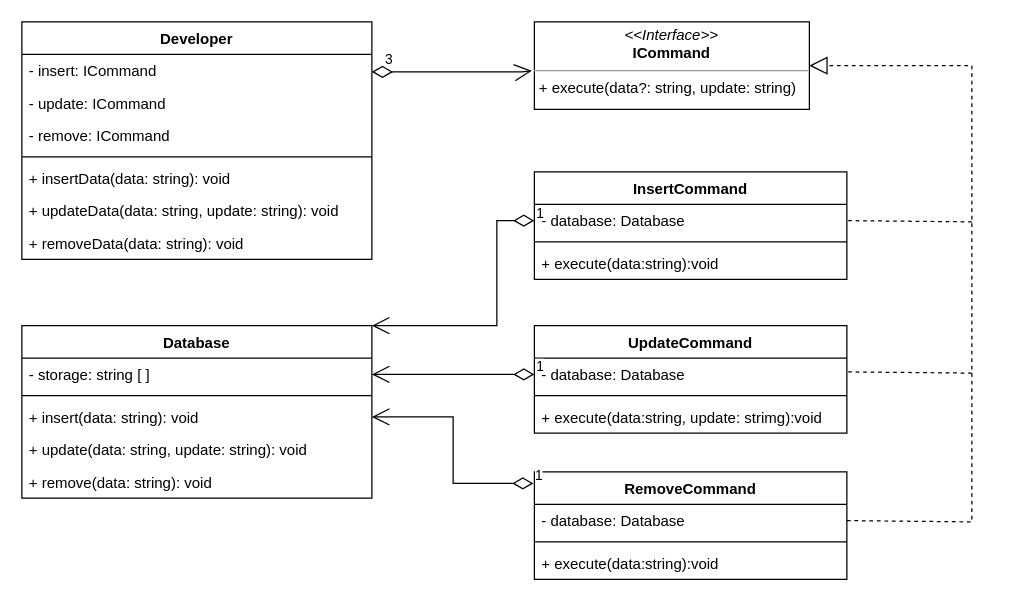
Above: PATTERNS/Behavioral/2-Command/src/Command.drawio in MTONSEG/ts-learn (draw.io), before the change. Source tidied: cells renumbered, new cells numbered last; positions are measured from the earlier drawing's top-left corner, leaving out a move shared by most shapes. Both pictures are drawn from the tidied source at 125%, with x=0, y=0 at pixel (21, 21).
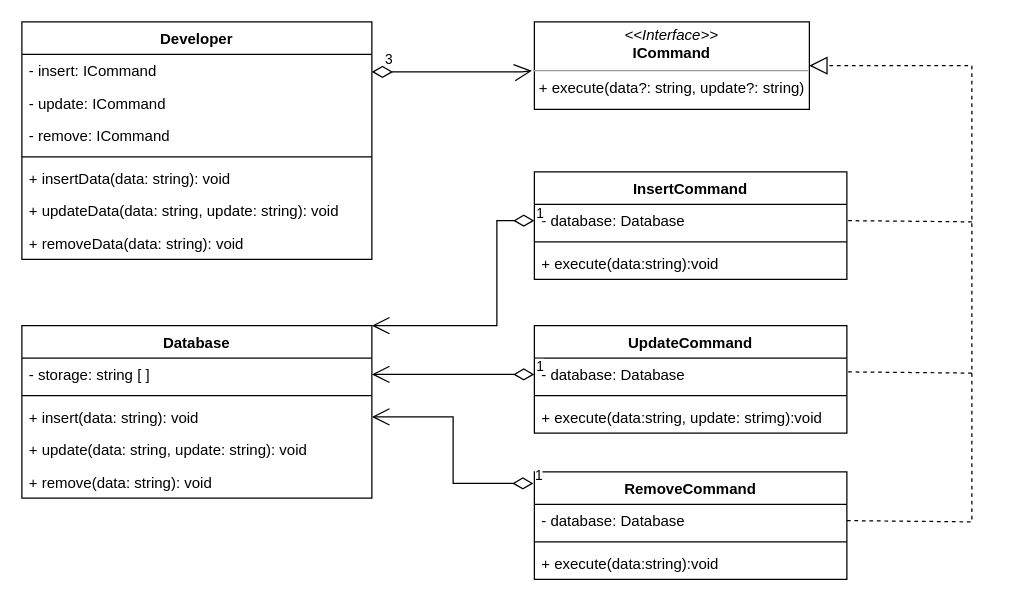
After the change.

Diff of the diagram source:
```diff
@@
-    <mxCell id="10" value="&lt;p style=&quot;margin:0px;margin-top:4px;text-align:center;&quot;&gt;&lt;i&gt;&amp;lt;&amp;lt;Interface&amp;gt;&amp;gt;&lt;/i&gt;&lt;br&gt;&lt;b&gt;ICommand&lt;/b&gt;&lt;/p&gt;&lt;hr size=&quot;1&quot;&gt;&lt;p style=&quot;margin:0px;margin-left:4px;&quot;&gt;+ execute(data?: string, update: string)&lt;/p&gt;" style="verticalAlign=top;align=left;overflow=fill;fontSize=12;fontFamily=Helvetica;html=1;" parent="1" vertex="1">
+    <mxCell id="10" value="&lt;p style=&quot;margin:0px;margin-top:4px;text-align:center;&quot;&gt;&lt;i&gt;&amp;lt;&amp;lt;Interface&amp;gt;&amp;gt;&lt;/i&gt;&lt;br&gt;&lt;b&gt;ICommand&lt;/b&gt;&lt;/p&gt;&lt;hr size=&quot;1&quot;&gt;&lt;p style=&quot;margin:0px;margin-left:4px;&quot;&gt;+ execute(data?: string, update?: string)&lt;/p&gt;" style="verticalAlign=top;align=left;overflow=fill;fontSize=12;fontFamily=Helvetica;html=1;" parent="1" vertex="1">
       <mxGeometry x="410" width="220" height="70" as="geometry" />
     </mxCell>
```
